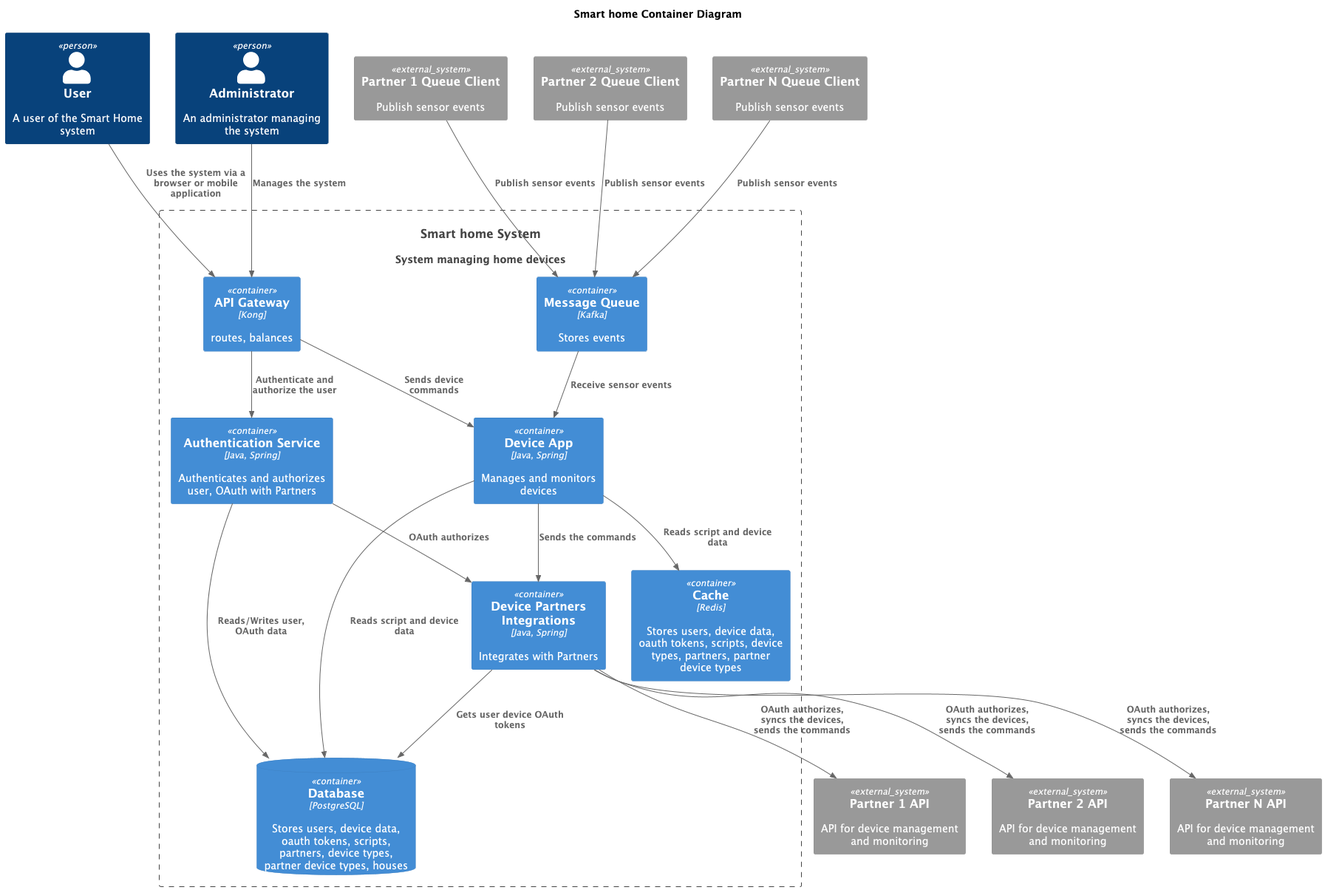
Before: smart-home-monolith/docs/Container-Smart_home_Container_Diagram.png, a diagram exported from PlantUML (tzaretskaya/architecture-sprint-3).
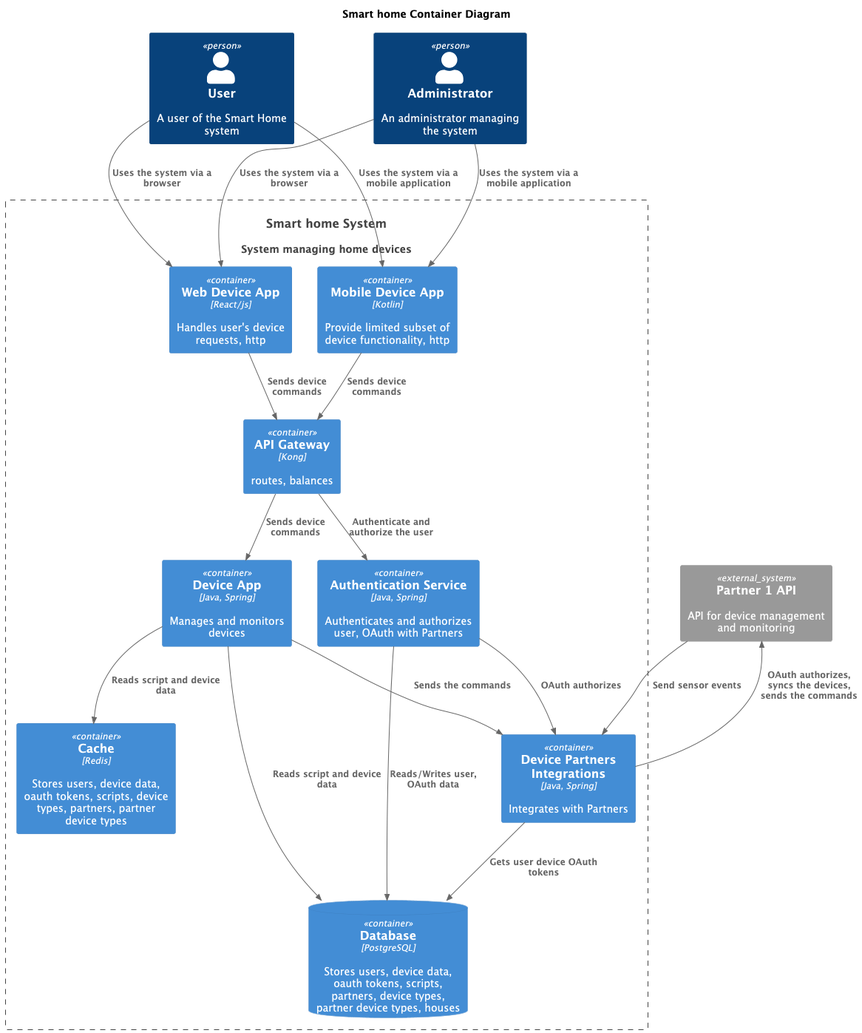
Above is the later version.

What changed in the source:
```diff
@@ -14,33 +14,28 @@
   ContainerDb(Database, "Database", "PostgreSQL", "Stores users, device data, oauth tokens, scripts, partners, device types, partner device types, houses")
   Container(Cache, "Cache", "Redis", "Stores users, device data, oauth tokens, scripts, device types, partners, partner device types")
   Container(Auth, "Authentication Service", "Java, Spring", "Authenticates and authorizes user, OAuth with Partners")
+  Container(WebDeviceApp, "Web Device App", "React/js", "Handles user's device requests, http")
+  Container(MobileDeviceApp, "Mobile Device App", "Kotlin", "Provide limited subset of device functionality, http")
   Container(DeviceApp, "Device App", "Java, Spring", "Manages and monitors devices")
   Container(DeviceIntegration, "Device Partners Integrations", "Java, Spring", "Integrates with Partners")
-  Container(Queue, "Message Queue", "Kafka", "Stores events")
 }
 
 System_Ext(partner1Api, "Partner 1 API", "API for device management and monitoring")
-System_Ext(partner2Api, "Partner 2 API", "API for device management and monitoring")
-System_Ext(partnernApi, "Partner N API", "API for device management and monitoring")
 
-System_Ext(partner1QueueClient, "Partner 1 Queue Client", "Publish sensor events")
-System_Ext(partner2QueueClient, "Partner 2 Queue Client", "Publish sensor events")
-System_Ext(partnernQueueClient, "Partner N Queue Client", "Publish sensor events")
 
-Rel(user, ApiGateway, "Uses the system via a browser or mobile application")
-Rel(admin, ApiGateway,"Manages the system")
+Rel(user, WebDeviceApp, "Uses the system via a browser")
+Rel(user, MobileDeviceApp, "Uses the system via a mobile application")
+Rel(admin, WebDeviceApp, "Uses the system via a browser")
+Rel(admin, MobileDeviceApp, "Uses the system via a mobile application")
 Rel(ApiGateway, Auth, "Authenticate and authorize the user")
+Rel(WebDeviceApp, ApiGateway, "Sends device commands")
+Rel(MobileDeviceApp, ApiGateway, "Sends device commands")
 Rel(ApiGateway, DeviceApp, "Sends device commands")
 Rel(Auth,Database,"Reads/Writes user, OAuth data")
 Rel(Auth,DeviceIntegration,"OAuth authorizes")
 Rel(DeviceIntegration,partner1Api,"OAuth authorizes, syncs the devices, sends the commands")
-Rel(DeviceIntegration,partner2Api,"OAuth authorizes, syncs the devices, sends the commands")
-Rel(DeviceIntegration,partnernApi,"OAuth authorizes, syncs the devices, sends the commands")
-Rel(partner1QueueClient,Queue,"Publish sensor events")
-Rel(partner2QueueClient,Queue,"Publish sensor events")
-Rel(partnernQueueClient,Queue,"Publish sensor events")
+Rel(partner1Api, DeviceIntegration,"Send sensor events")
 Rel(DeviceIntegration,Database,"Gets user device OAuth tokens")
-Rel(Queue,DeviceApp,"Receive sensor events")
 Rel(DeviceApp,DeviceIntegration,"Sends the commands")
 Rel(DeviceApp,Database,"Reads script and device data")
 Rel(DeviceApp,Cache,"Reads script and device data")
```
